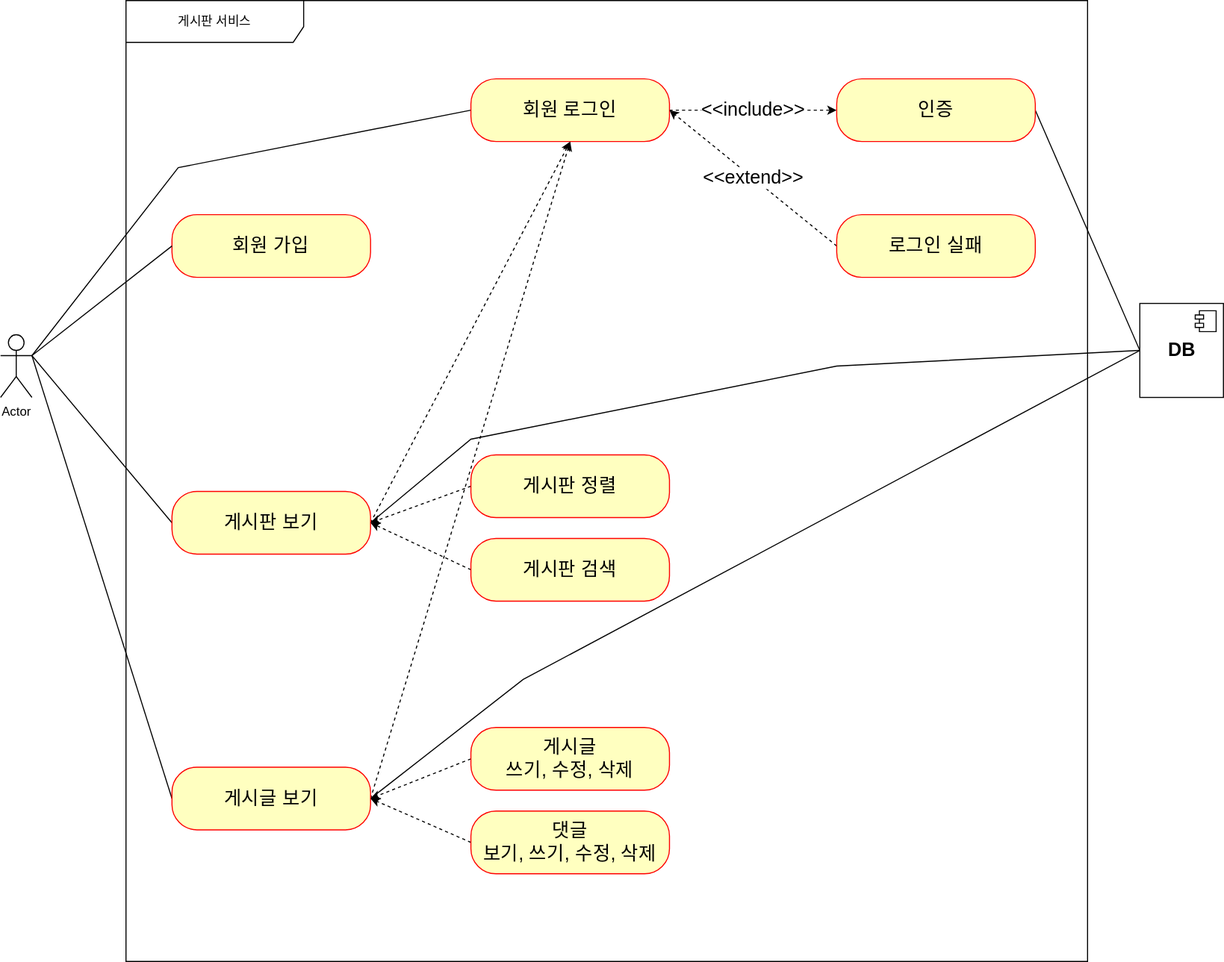
This is document/use-case.drawio.svg from mansooonuna/fastcampus-project1-board, a draw.io export, as it was before one commit. Source tidied: cells renumbered, new cells last; positions are measured from the earlier drawing's top-left corner, leaving out a move shared by most shapes.
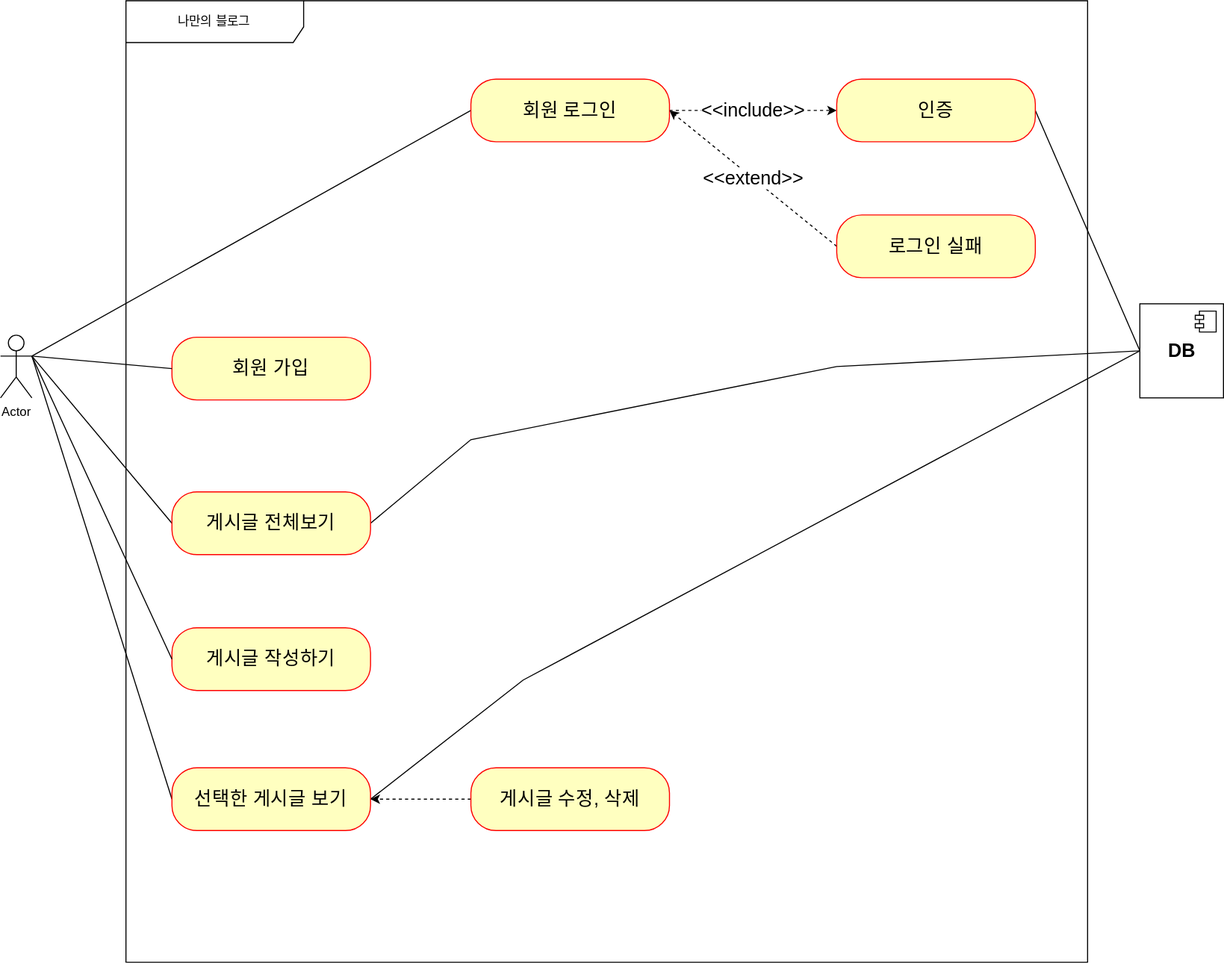
Above is the later version.

What changed in the source:
```diff
@@ -2,15 +2,11 @@
   <root>
     <mxCell id="0" />
     <mxCell id="1" parent="0" />
-    <mxCell id="2" value="게시판 서비스" style="shape=umlFrame;whiteSpace=wrap;html=1;width=170;height=40;" parent="1" vertex="1">
+    <mxCell id="2" value="나만의 블로그" style="shape=umlFrame;whiteSpace=wrap;html=1;width=170;height=40;" parent="1" vertex="1">
       <mxGeometry x="120" width="920" height="920" as="geometry" />
     </mxCell>
     <mxCell id="3" style="edgeStyle=none;rounded=0;jettySize=auto;html=1;exitX=1;exitY=0.3333333333333333;exitDx=0;exitDy=0;exitPerimeter=0;entryX=0;entryY=0.5;entryDx=0;entryDy=0;fontSize=18;endArrow=none;endFill=0;" parent="1" edge="1" source="6" target="14">
-      <mxGeometry relative="1" as="geometry">
-        <Array as="points">
-          <mxPoint x="170" y="160" />
-        </Array>
-      </mxGeometry>
+      <mxGeometry relative="1" as="geometry" />
     </mxCell>
     <mxCell id="4" style="edgeStyle=none;rounded=0;jettySize=auto;html=1;exitX=1;exitY=0.3333333333333333;exitDx=0;exitDy=0;exitPerimeter=0;entryX=0;entryY=0.5;entryDx=0;entryDy=0;fontSize=18;endArrow=none;endFill=0;" parent="1" edge="1" source="6" target="12">
       <mxGeometry relative="1" as="geometry" />
@@ -44,10 +40,7 @@
         <mxPoint x="-27" y="7" as="offset" />
       </mxGeometry>
     </mxCell>
-    <mxCell id="11" style="edgeStyle=none;rounded=0;jettySize=auto;html=1;exitX=1;exitY=0.5;exitDx=0;exitDy=0;entryX=0.5;entryY=1;entryDx=0;entryDy=0;dashed=1;fontSize=18;endArrow=classic;endFill=1;" parent="1" edge="1" source="12" target="14">
-      <mxGeometry relative="1" as="geometry" />
-    </mxCell>
-    <mxCell id="12" value="게시판 보기" style="rounded=1;whiteSpace=wrap;html=1;arcSize=40;fontColor=#000000;fillColor=#ffffc0;strokeColor=#ff0000;fontSize=18;" parent="1" vertex="1">
+    <mxCell id="12" value="게시글 전체보기" style="rounded=1;whiteSpace=wrap;html=1;arcSize=40;fontColor=#000000;fillColor=#ffffc0;strokeColor=#ff0000;fontSize=18;" parent="1" vertex="1">
       <mxGeometry x="164" y="470" width="190" height="60" as="geometry" />
     </mxCell>
     <mxCell id="13" value="&amp;lt;&amp;lt;include&amp;gt;&amp;gt;" style="edgeStyle=none;rounded=0;jettySize=auto;html=1;exitX=1;exitY=0.5;exitDx=0;exitDy=0;entryX=0;entryY=0.5;entryDx=0;entryDy=0;fontSize=18;endArrow=classic;endFill=1;dashed=1;" parent="1" edge="1" source="14" target="16">
@@ -69,40 +62,25 @@
       <mxGeometry x="800" y="205" width="190" height="60" as="geometry" />
     </mxCell>
     <mxCell id="19" value="회원 가입" style="rounded=1;whiteSpace=wrap;html=1;arcSize=40;fontColor=#000000;fillColor=#ffffc0;strokeColor=#ff0000;fontSize=18;" parent="1" vertex="1">
-      <mxGeometry x="164" y="205" width="190" height="60" as="geometry" />
+      <mxGeometry x="164" y="322" width="190" height="60" as="geometry" />
     </mxCell>
-    <mxCell id="20" style="edgeStyle=none;rounded=0;jettySize=auto;html=1;exitX=1;exitY=0.5;exitDx=0;exitDy=0;entryX=0.5;entryY=1;entryDx=0;entryDy=0;dashed=1;fontSize=18;endArrow=classic;endFill=1;" parent="1" edge="1" source="21" target="14">
-      <mxGeometry relative="1" as="geometry" />
-    </mxCell>
-    <mxCell id="21" value="게시글 보기" style="rounded=1;whiteSpace=wrap;html=1;arcSize=40;fontColor=#000000;fillColor=#ffffc0;strokeColor=#ff0000;fontSize=18;" parent="1" vertex="1">
+    <mxCell id="21" value="선택한 게시글 보기" style="rounded=1;whiteSpace=wrap;html=1;arcSize=40;fontColor=#000000;fillColor=#ffffc0;strokeColor=#ff0000;fontSize=18;" parent="1" vertex="1">
       <mxGeometry x="164" y="734" width="190" height="60" as="geometry" />
     </mxCell>
-    <mxCell id="22" style="edgeStyle=none;rounded=0;jettySize=auto;html=1;exitX=0;exitY=0.5;exitDx=0;exitDy=0;entryX=1;entryY=0.5;entryDx=0;entryDy=0;dashed=1;fontSize=18;endArrow=classic;endFill=1;" parent="1" edge="1" source="23" target="12">
-      <mxGeometry relative="1" as="geometry" />
-    </mxCell>
-    <mxCell id="23" value="게시판 정렬" style="rounded=1;whiteSpace=wrap;html=1;arcSize=40;fontColor=#000000;fillColor=#ffffc0;strokeColor=#ff0000;fontSize=18;" parent="1" vertex="1">
-      <mxGeometry x="450" y="435" width="190" height="60" as="geometry" />
-    </mxCell>
-    <mxCell id="24" style="edgeStyle=none;rounded=0;jettySize=auto;html=1;exitX=0;exitY=0.5;exitDx=0;exitDy=0;entryX=1;entryY=0.5;entryDx=0;entryDy=0;dashed=1;fontSize=18;endArrow=classic;endFill=1;" parent="1" edge="1" source="25" target="12">
-      <mxGeometry relative="1" as="geometry" />
-    </mxCell>
-    <mxCell id="25" value="게시판 검색" style="rounded=1;whiteSpace=wrap;html=1;arcSize=40;fontColor=#000000;fillColor=#ffffc0;strokeColor=#ff0000;fontSize=18;" parent="1" vertex="1">
-      <mxGeometry x="450" y="515" width="190" height="60" as="geometry" />
-    </mxCell>
     <mxCell id="26" style="edgeStyle=none;rounded=0;jettySize=auto;html=1;exitX=0;exitY=0.5;exitDx=0;exitDy=0;entryX=1;entryY=0.5;entryDx=0;entryDy=0;dashed=1;fontSize=18;endArrow=classic;endFill=1;" parent="1" edge="1" source="27" target="21">
       <mxGeometry relative="1" as="geometry" />
     </mxCell>
-    <mxCell id="27" value="게시글&lt;br&gt;쓰기, 수정, 삭제" style="rounded=1;whiteSpace=wrap;html=1;arcSize=40;fontColor=#000000;fillColor=#ffffc0;strokeColor=#ff0000;fontSize=18;" parent="1" vertex="1">
-      <mxGeometry x="450" y="696" width="190" height="60" as="geometry" />
+    <mxCell id="27" value="게시글&amp;nbsp;수정, 삭제" style="rounded=1;whiteSpace=wrap;html=1;arcSize=40;fontColor=#000000;fillColor=#ffffc0;strokeColor=#ff0000;fontSize=18;" parent="1" vertex="1">
+      <mxGeometry x="450" y="734" width="190" height="60" as="geometry" />
     </mxCell>
-    <mxCell id="28" style="edgeStyle=none;rounded=0;jettySize=auto;html=1;exitX=0;exitY=0.5;exitDx=0;exitDy=0;entryX=1;entryY=0.5;entryDx=0;entryDy=0;dashed=1;fontSize=18;endArrow=classic;endFill=1;" parent="1" edge="1" source="29" target="21">
-      <mxGeometry relative="1" as="geometry" />
-    </mxCell>
-    <mxCell id="29" value="댓글&lt;br&gt;보기, 쓰기, 수정, 삭제" style="rounded=1;whiteSpace=wrap;html=1;arcSize=40;fontColor=#000000;fillColor=#ffffc0;strokeColor=#ff0000;fontSize=18;" parent="1" vertex="1">
-      <mxGeometry x="450" y="776" width="190" height="60" as="geometry" />
-    </mxCell>
     <mxCell id="30" style="endArrow=none;html=1;rounded=0;fontSize=18;exitX=1;exitY=0.3333333333333333;exitDx=0;exitDy=0;exitPerimeter=0;entryX=0;entryY=0.5;entryDx=0;entryDy=0;" parent="1" edge="1" source="6" target="19">
       <mxGeometry relative="1" as="geometry" />
     </mxCell>
+    <mxCell id="31" value="게시글 작성하기" style="rounded=1;whiteSpace=wrap;html=1;arcSize=40;fontColor=#000000;fillColor=#ffffc0;strokeColor=#ff0000;fontSize=18;" parent="1" vertex="1">
+      <mxGeometry x="164" y="600" width="190" height="60" as="geometry" />
+    </mxCell>
+    <mxCell id="32" style="edgeStyle=none;rounded=0;jettySize=auto;html=1;exitX=1;exitY=0.3333333333333333;exitDx=0;exitDy=0;exitPerimeter=0;entryX=0;entryY=0.5;entryDx=0;entryDy=0;fontSize=18;endArrow=none;endFill=0;" parent="1" edge="1" source="6" target="31">
+      <mxGeometry relative="1" as="geometry" />
+    </mxCell>
   </root>
 </mxGraphModel>
```
